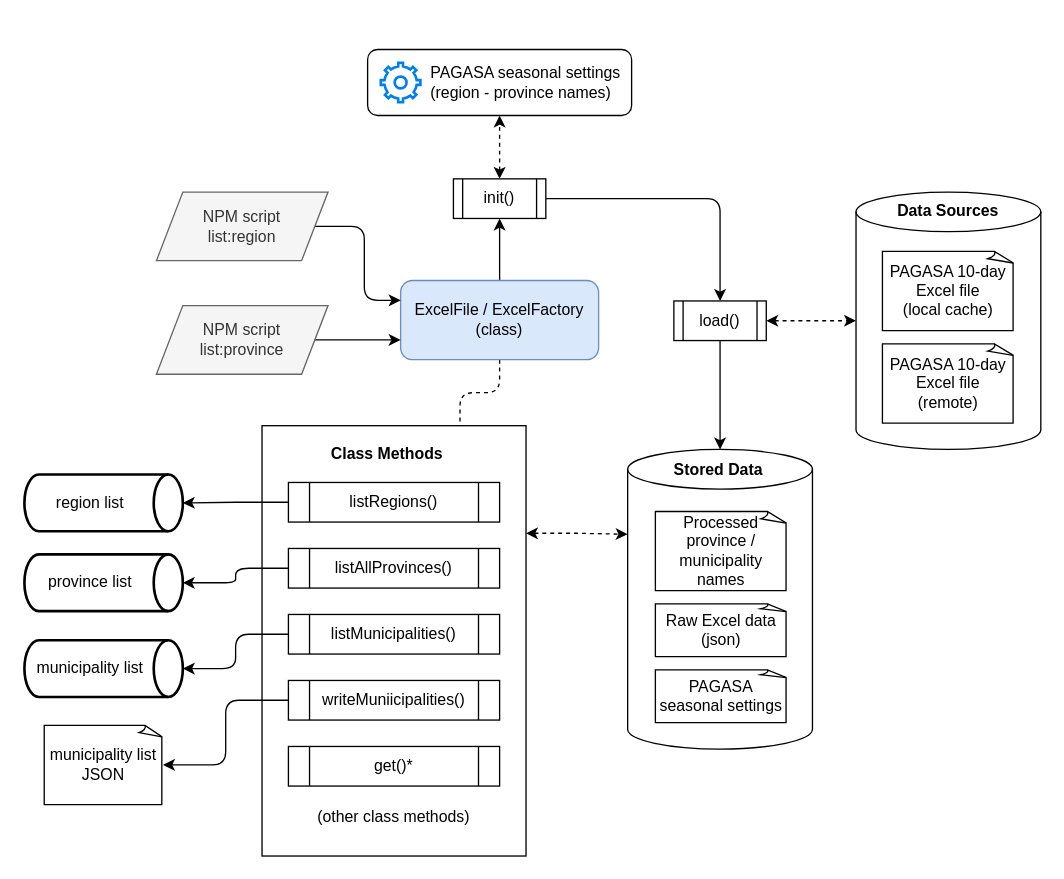
Earlier version of the draw.io diagram docs/diagrams/ph-municipalities-arch.drawio (ciatph/ph-municipalities). Source tidied: cells renumbered, new cells numbered last; positions are measured from the earlier drawing's top-left corner, leaving out a move shared by most shapes. Both pictures are drawn from the tidied source at 132%, with x=0, y=0 at pixel (24, 49).
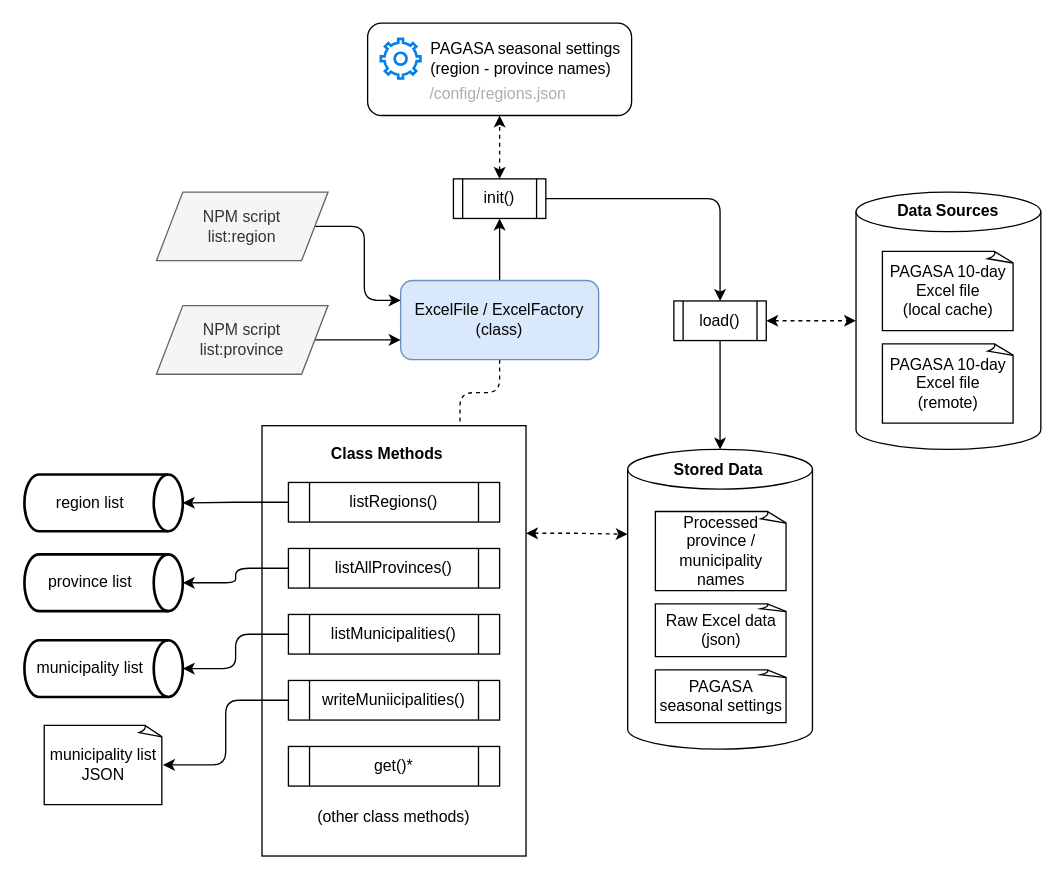
The same diagram, later.

Commit message (it also covers changes not shown here):
chore: display the default /config/regions.json file in diagram, #92

Change to the diagram source:
```diff
@@
     <mxCell id="9" style="rounded=1;whiteSpace=wrap;html=1;" parent="1" vertex="1">
-      <mxGeometry x="260" width="200" height="50" as="geometry" />
+      <mxGeometry x="260" y="-20" width="200" height="70" as="geometry" />
     </mxCell>
     <mxCell id="10" value="PAGASA seasonal settings&lt;br&gt;(region - province names)" style="html=1;verticalLabelPosition=middle;align=left;labelBackgroundColor=#ffffff;verticalAlign=middle;strokeWidth=2;strokeColor=#0080F0;shadow=0;dashed=0;shape=mxgraph.ios7.icons.settings;labelPosition=right;spacingLeft=6;" parent="1" vertex="1">
-      <mxGeometry x="270" y="10" width="30" height="30" as="geometry" />
+      <mxGeometry x="270" y="-8" width="30" height="30" as="geometry" />
     </mxCell>
@@
+    <mxCell id="43" value="&lt;font color=&quot;#adadad&quot; style=&quot;font-size: 12px;&quot;&gt;/config/regions.json&lt;/font&gt;" style="text;html=1;strokeColor=none;fillColor=none;align=center;verticalAlign=middle;whiteSpace=wrap;rounded=0;" parent="1" vertex="1">
+      <mxGeometry x="298" y="24" width="122" height="20" as="geometry" />
+    </mxCell>
```
